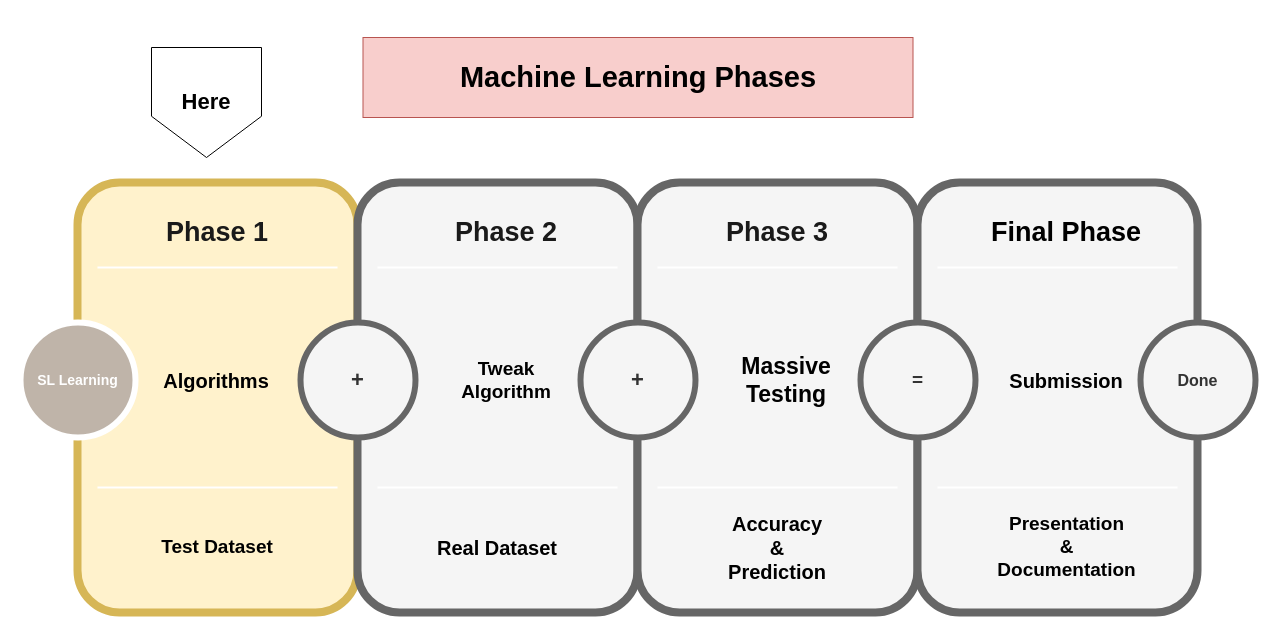
whiterose-fsociety/machine-learning keeps this draw.io diagram as Phases.drawio. Above is the earlier version. Source tidied: cells renumbered, new cells numbered last; positions are measured from the earlier drawing's top-left corner, leaving out a move shared by most shapes. Both pictures are drawn from the tidied source at 100%, with x=0, y=0 at pixel (20, 37).
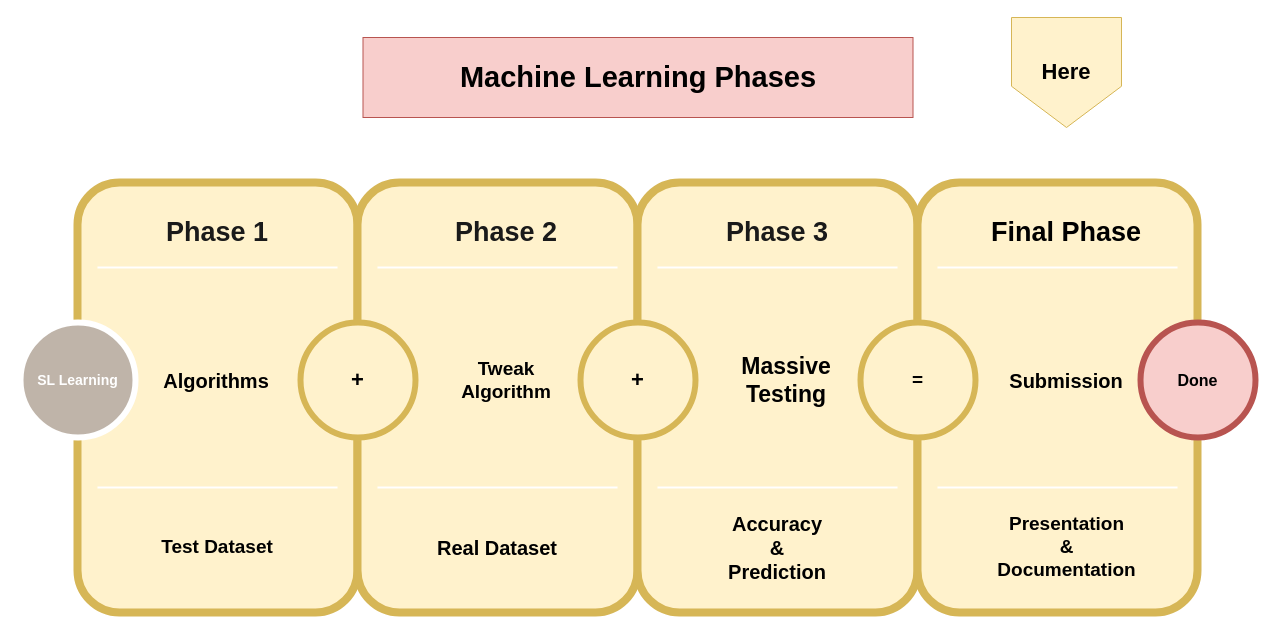
Above is the later version.

Diff of the diagram source:
```diff
@@
-    <mxCell id="7" style="whiteSpace=wrap;html=1;rounded=1;shadow=0;strokeWidth=8;fontSize=20;align=center;fillColor=#f5f5f5;strokeColor=#666666;fontColor=#333333;" parent="1" vertex="1">
+    <mxCell id="7" style="whiteSpace=wrap;html=1;rounded=1;shadow=0;strokeWidth=8;fontSize=20;align=center;fillColor=#fff2cc;strokeColor=#d6b656;" parent="1" vertex="1">
       <mxGeometry x="337" y="145" width="280" height="430" as="geometry" />
     </mxCell>
@@
-    <mxCell id="10" value="&lt;font style=&quot;font-size: 22px&quot;&gt;&lt;b&gt;+&lt;/b&gt;&lt;/font&gt;" style="ellipse;whiteSpace=wrap;html=1;rounded=0;shadow=0;strokeWidth=6;fontSize=14;align=center;fillColor=#f5f5f5;strokeColor=#666666;fontColor=#333333;" parent="1" vertex="1">
+    <mxCell id="10" value="&lt;font style=&quot;font-size: 22px&quot;&gt;&lt;b&gt;+&lt;/b&gt;&lt;/font&gt;" style="ellipse;whiteSpace=wrap;html=1;rounded=0;shadow=0;strokeWidth=6;fontSize=14;align=center;fillColor=#fff2cc;strokeColor=#d6b656;" parent="1" vertex="1">
       <mxGeometry x="280" y="285" width="115" height="115" as="geometry" />
     </mxCell>
-    <mxCell id="11" style="whiteSpace=wrap;html=1;rounded=1;shadow=0;strokeWidth=8;fontSize=20;align=center;fillColor=#f5f5f5;strokeColor=#666666;fontColor=#333333;" parent="1" vertex="1">
+    <mxCell id="11" style="whiteSpace=wrap;html=1;rounded=1;shadow=0;strokeWidth=8;fontSize=20;align=center;fillColor=#fff2cc;strokeColor=#d6b656;" parent="1" vertex="1">
       <mxGeometry x="617" y="145" width="280" height="430" as="geometry" />
     </mxCell>
@@
-    <mxCell id="14" value="&lt;font style=&quot;font-size: 22px&quot;&gt;&lt;b&gt;+&lt;/b&gt;&lt;/font&gt;" style="ellipse;whiteSpace=wrap;html=1;rounded=0;shadow=0;strokeWidth=6;fontSize=14;align=center;fillColor=#f5f5f5;strokeColor=#666666;fontColor=#333333;" parent="1" vertex="1">
+    <mxCell id="14" value="&lt;font style=&quot;font-size: 22px&quot;&gt;&lt;b&gt;+&lt;/b&gt;&lt;/font&gt;" style="ellipse;whiteSpace=wrap;html=1;rounded=0;shadow=0;strokeWidth=6;fontSize=14;align=center;fillColor=#fff2cc;strokeColor=#d6b656;" parent="1" vertex="1">
       <mxGeometry x="560" y="285" width="115" height="115" as="geometry" />
     </mxCell>
-    <mxCell id="15" style="whiteSpace=wrap;html=1;rounded=1;shadow=0;strokeWidth=8;fontSize=20;align=center;fillColor=#f5f5f5;strokeColor=#666666;fontColor=#333333;" parent="1" vertex="1">
+    <mxCell id="15" style="whiteSpace=wrap;html=1;rounded=1;shadow=0;strokeWidth=8;fontSize=20;align=center;fillColor=#fff2cc;strokeColor=#d6b656;" parent="1" vertex="1">
       <mxGeometry x="897" y="145" width="280" height="430" as="geometry" />
     </mxCell>
@@
-    <mxCell id="18" value="&lt;font style=&quot;font-size: 19px&quot;&gt;&lt;b&gt;=&lt;/b&gt;&lt;/font&gt;" style="ellipse;whiteSpace=wrap;html=1;rounded=0;shadow=0;strokeWidth=6;fontSize=14;align=center;fillColor=#f5f5f5;strokeColor=#666666;fontColor=#333333;" parent="1" vertex="1">
+    <mxCell id="18" value="&lt;font style=&quot;font-size: 19px&quot;&gt;&lt;b&gt;=&lt;/b&gt;&lt;/font&gt;" style="ellipse;whiteSpace=wrap;html=1;rounded=0;shadow=0;strokeWidth=6;fontSize=14;align=center;fillColor=#fff2cc;strokeColor=#d6b656;" parent="1" vertex="1">
       <mxGeometry x="840" y="285" width="115" height="115" as="geometry" />
     </mxCell>
-    <mxCell id="19" value="&lt;font style=&quot;font-size: 16px&quot;&gt;&lt;b&gt;Done&lt;/b&gt;&lt;/font&gt;" style="ellipse;whiteSpace=wrap;html=1;rounded=0;shadow=0;strokeWidth=6;fontSize=14;align=center;fillColor=#f5f5f5;strokeColor=#666666;fontColor=#333333;" parent="1" vertex="1">
+    <mxCell id="19" value="&lt;font style=&quot;font-size: 16px&quot;&gt;&lt;b&gt;Done&lt;/b&gt;&lt;/font&gt;" style="ellipse;whiteSpace=wrap;html=1;rounded=0;shadow=0;strokeWidth=6;fontSize=14;align=center;fillColor=#f8cecc;strokeColor=#b85450;" parent="1" vertex="1">
       <mxGeometry x="1120" y="285" width="115" height="115" as="geometry" />
     </mxCell>
@@
-    <mxCell id="32" value="&lt;font style=&quot;font-size: 22px&quot;&gt;&lt;b&gt;Here&lt;/b&gt;&lt;/font&gt;" style="shape=offPageConnector;whiteSpace=wrap;html=1;" parent="1" vertex="1">
-      <mxGeometry x="131" y="10" width="110" height="110" as="geometry" />
+    <mxCell id="32" value="&lt;font style=&quot;font-size: 22px&quot;&gt;&lt;b&gt;Here&lt;/b&gt;&lt;/font&gt;" style="shape=offPageConnector;whiteSpace=wrap;html=1;fillColor=#fff2cc;strokeColor=#d6b656;" parent="1" vertex="1">
+      <mxGeometry x="991" y="-20" width="110" height="110" as="geometry" />
     </mxCell>
```
